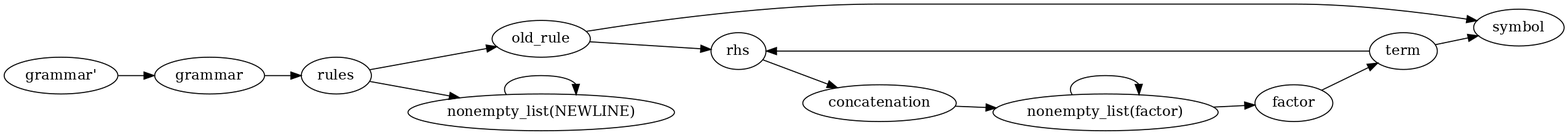
The Graphviz diagram sentenceParser.png in meta-introspector/gbnf-nice-parser, before a commit. Its source is kept beside it as lib/sentenceParser.dot.
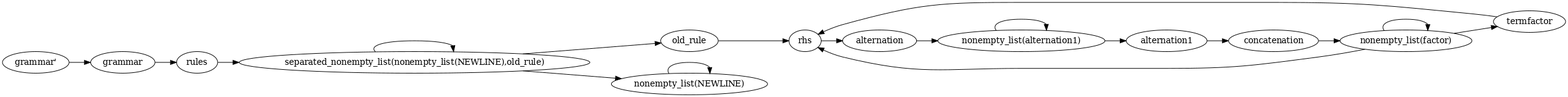
The same diagram one commit later.

Diff of the diagram source:
```diff
@@ -3,29 +3,35 @@
 rankdir = LR;
 ratio = compress;
 nt0 [ label="grammar'" ] ;
-nt1 [ label="term" ] ;
-nt2 [ label="symbol" ] ;
+nt1 [ label="termfactor" ] ;
+nt2 [ label="separated_nonempty_list(nonempty_list(NEWLINE),old_rule)" ] ;
 nt3 [ label="rules" ] ;
 nt4 [ label="rhs" ] ;
 nt5 [ label="old_rule" ] ;
 nt6 [ label="nonempty_list(factor)" ] ;
-nt7 [ label="nonempty_list(NEWLINE)" ] ;
-nt8 [ label="grammar" ] ;
-nt9 [ label="factor" ] ;
+nt7 [ label="nonempty_list(alternation1)" ] ;
+nt8 [ label="nonempty_list(NEWLINE)" ] ;
+nt9 [ label="grammar" ] ;
 nt10 [ label="concatenation" ] ;
-nt0 -> nt8 [ label="" ] ;
-nt1 -> nt2 [ label="" ] ;
+nt11 [ label="alternation1" ] ;
+nt12 [ label="alternation" ] ;
+nt0 -> nt9 [ label="" ] ;
 nt1 -> nt4 [ label="" ] ;
-nt3 -> nt5 [ label="" ] ;
-nt3 -> nt7 [ label="" ] ;
-nt4 -> nt10 [ label="" ] ;
-nt5 -> nt2 [ label="" ] ;
+nt2 -> nt2 [ label="" ] ;
+nt2 -> nt5 [ label="" ] ;
+nt2 -> nt8 [ label="" ] ;
+nt3 -> nt2 [ label="" ] ;
+nt4 -> nt12 [ label="" ] ;
 nt5 -> nt4 [ label="" ] ;
+nt6 -> nt1 [ label="" ] ;
+nt6 -> nt4 [ label="" ] ;
 nt6 -> nt6 [ label="" ] ;
-nt6 -> nt9 [ label="" ] ;
 nt7 -> nt7 [ label="" ] ;
-nt8 -> nt3 [ label="" ] ;
-nt9 -> nt1 [ label="" ] ;
+nt7 -> nt11 [ label="" ] ;
+nt8 -> nt8 [ label="" ] ;
+nt9 -> nt3 [ label="" ] ;
 nt10 -> nt6 [ label="" ] ;
+nt11 -> nt10 [ label="" ] ;
+nt12 -> nt7 [ label="" ] ;
 
 }
```
